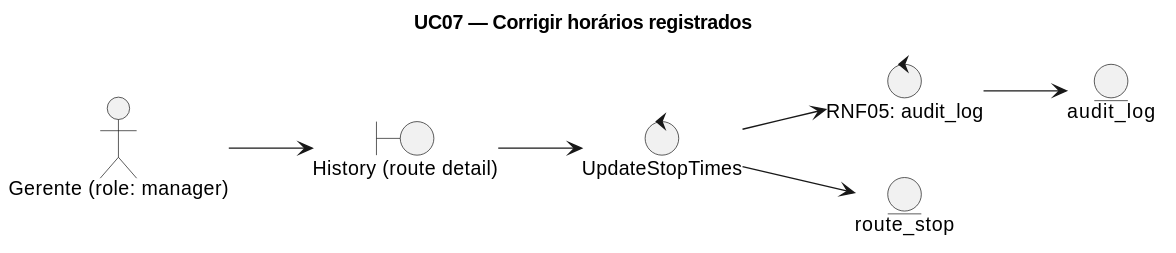
Earlier version of the PlantUML export docs/especificacao/diagrams/robustez-uc07-corrigir-tempos.svg (xendak/terminus).
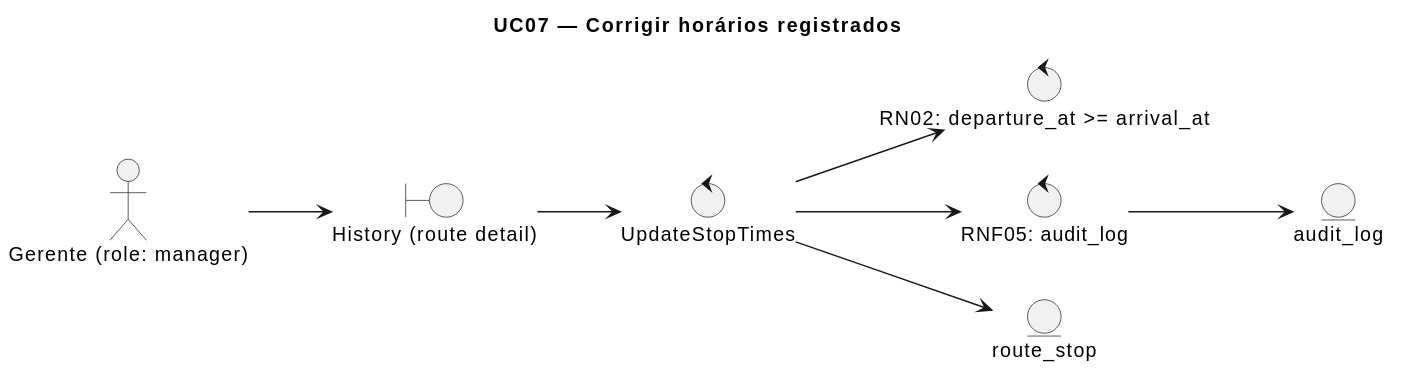
The same file after the commit.

Change to the diagram source:
```diff
@@ -6,12 +6,14 @@
 actor "Gerente (role: manager)" as Gerente
 boundary "History (route detail)" as B1
 control "UpdateStopTimes" as C1
+control "RN02: departure_at >= arrival_at" as C3
 control "RNF05: audit_log" as C2
 entity "route_stop" as E1
 entity "audit_log" as E2
 
 Gerente --> B1
 B1 --> C1
+C1 --> C3
 C1 --> E1
 C1 --> C2
 C2 --> E2
```
